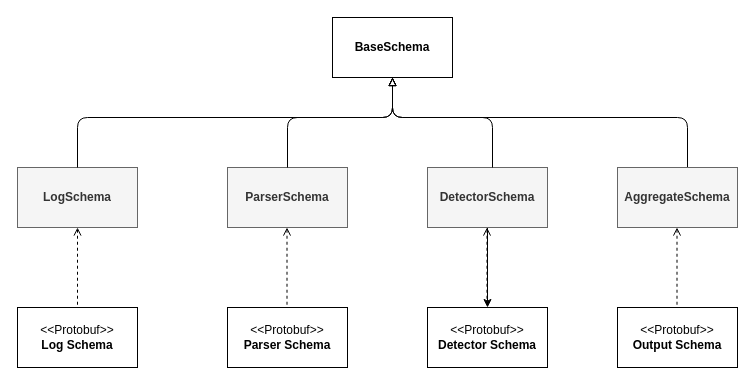
This is page "schema_uml" (1 of 3) of docs/diagrams.drawio from ait-detectmate/DetectMateLibrary, a draw.io file, before an edit. Source tidied: cells renumbered, new cells numbered last; positions are measured from the earlier drawing's top-left corner, leaving out a move shared by most shapes. Both pictures are drawn from the tidied source at 100%, with x=0, y=0 at pixel (17, 17).
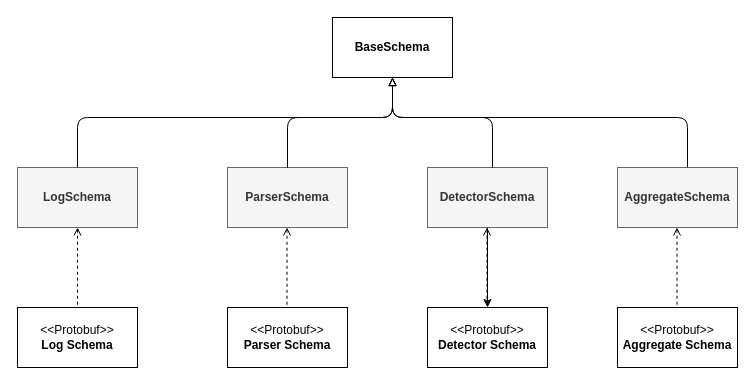
The same diagram, later.

Diff of the diagram source:
```diff
@@
-    <mxCell id="16" value="&amp;lt;&amp;lt;Protobuf&amp;gt;&amp;gt;&lt;div&gt;&lt;b&gt;Output Schema&lt;/b&gt;&lt;/div&gt;" style="rounded=0;whiteSpace=wrap;html=1;" parent="1" vertex="1">
+    <mxCell id="16" value="&amp;lt;&amp;lt;Protobuf&amp;gt;&amp;gt;&lt;div&gt;&lt;b&gt;Aggregate Schema&lt;/b&gt;&lt;/div&gt;" style="rounded=0;whiteSpace=wrap;html=1;" parent="1" vertex="1">
       <mxGeometry x="600" y="290" width="120" height="60" as="geometry" />
     </mxCell>
```
